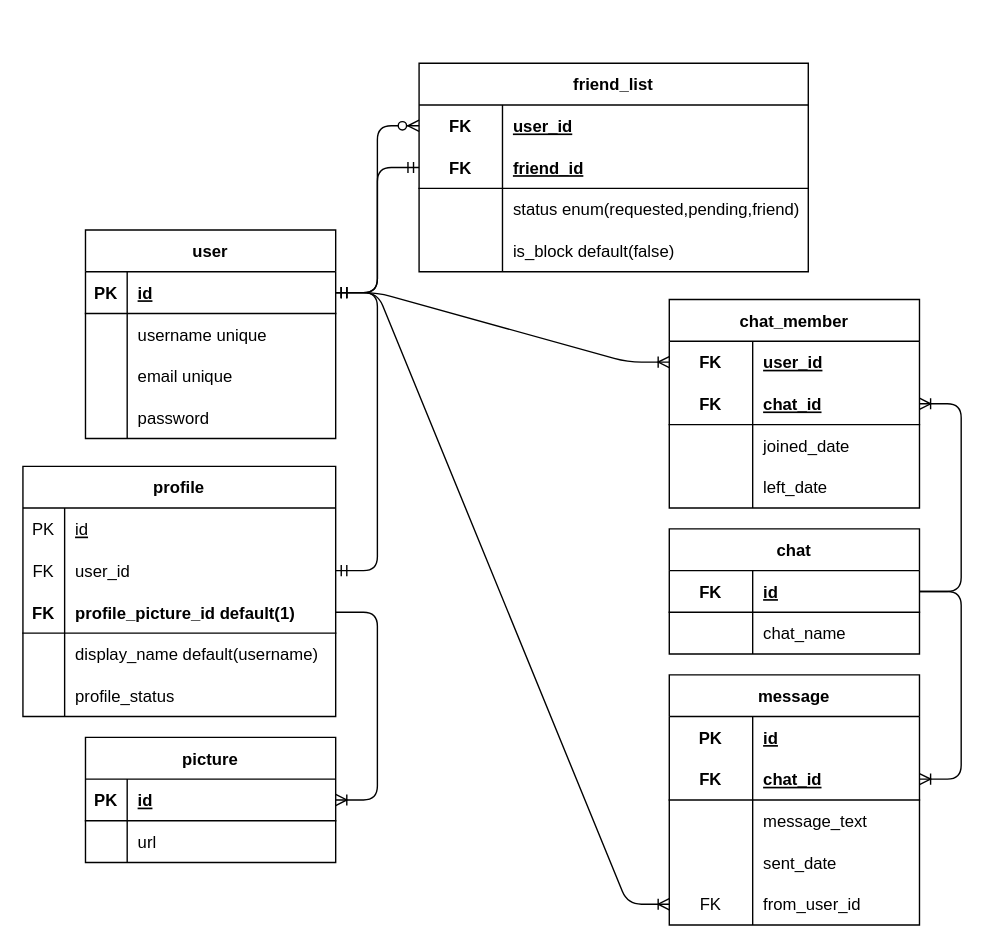
This is schema.drawio from papinwit-l/cc18_personal_project, a draw.io file, before an edit. Source tidied: cells renumbered, new cells numbered last; positions are measured from the earlier drawing's top-left corner, leaving out a move shared by most shapes. Both pictures are drawn from the tidied source at 139%, with x=0, y=0 at pixel (22, 63).
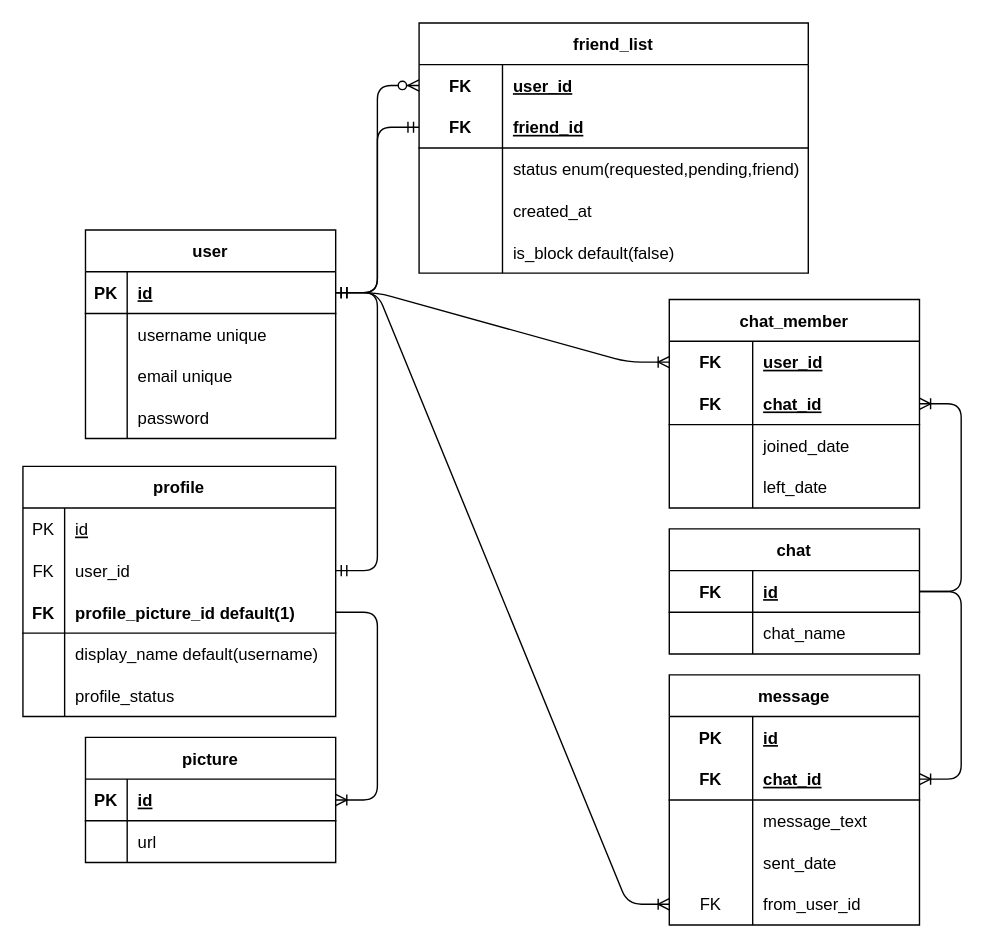
The same diagram, later.

The edit, as a diff of the source:
```diff
@@
     <mxCell id="40" value="friend_list" style="shape=table;startSize=30;childLayout=tableLayout;rowLines=0;fontStyle=1;align=center;" parent="1" vertex="1">
-      <mxGeometry x="285" width="280" height="150" as="geometry" />
+      <mxGeometry x="285" y="-29" width="280" height="180" as="geometry" />
     </mxCell>
@@
+    <mxCell id="95" style="shape=tableRow;horizontal=0;startSize=0;swimlaneHead=0;swimlaneBody=0;fillColor=none;top=0;left=0;right=0;bottom=0;" parent="40" vertex="1">
+      <mxGeometry y="120" width="280" height="30" as="geometry" />
+    </mxCell>
+    <mxCell id="96" style="shape=partialRectangle;fillColor=none;top=0;left=0;bottom=0;right=0;overflow=hidden;" parent="95" vertex="1">
+      <mxGeometry width="60" height="30" as="geometry" />
+    </mxCell>
+    <mxCell id="97" value="created_at" style="shape=partialRectangle;fillColor=none;top=0;left=0;bottom=0;right=0;align=left;spacingLeft=6;overflow=hidden;" parent="95" vertex="1">
+      <mxGeometry x="60" width="220" height="30" as="geometry" />
+    </mxCell>
     <mxCell id="50" style="shape=tableRow;horizontal=0;startSize=0;swimlaneHead=0;swimlaneBody=0;fillColor=none;top=0;left=0;right=0;bottom=0;" parent="40" vertex="1">
-      <mxGeometry y="120" width="280" height="30" as="geometry" />
+      <mxGeometry y="150" width="280" height="30" as="geometry" />
     </mxCell>
```
